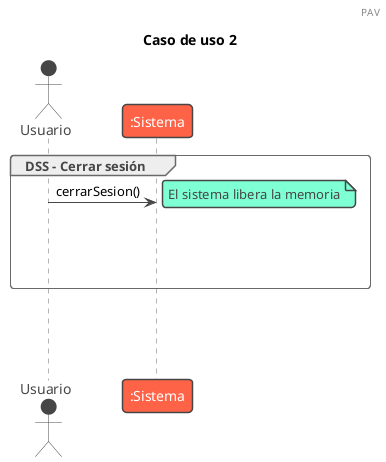
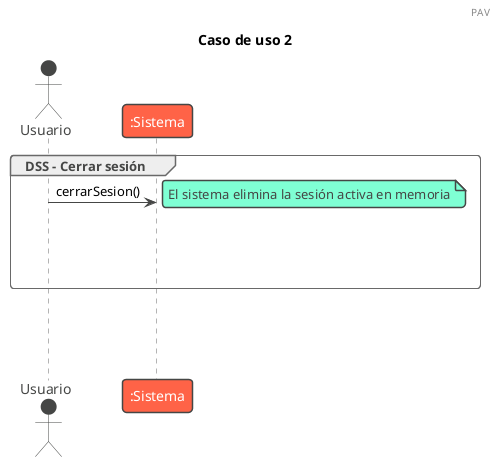
@startuml cerrarSesion
!theme vibrant
header PAV


title Caso de uso 2

group DSS - Cerrar sesión

Actor Usuario

note left of Usuario #aqua
end note

note left of Usuario #aqua
end note


Usuario -> ":Sistema" : cerrarSesion()
- note right: El sistema libera la memoria
+ note right: El sistema elimina la sesión activa en memoria



|||
|||
|||
end
|||
|||
|||
@enduml